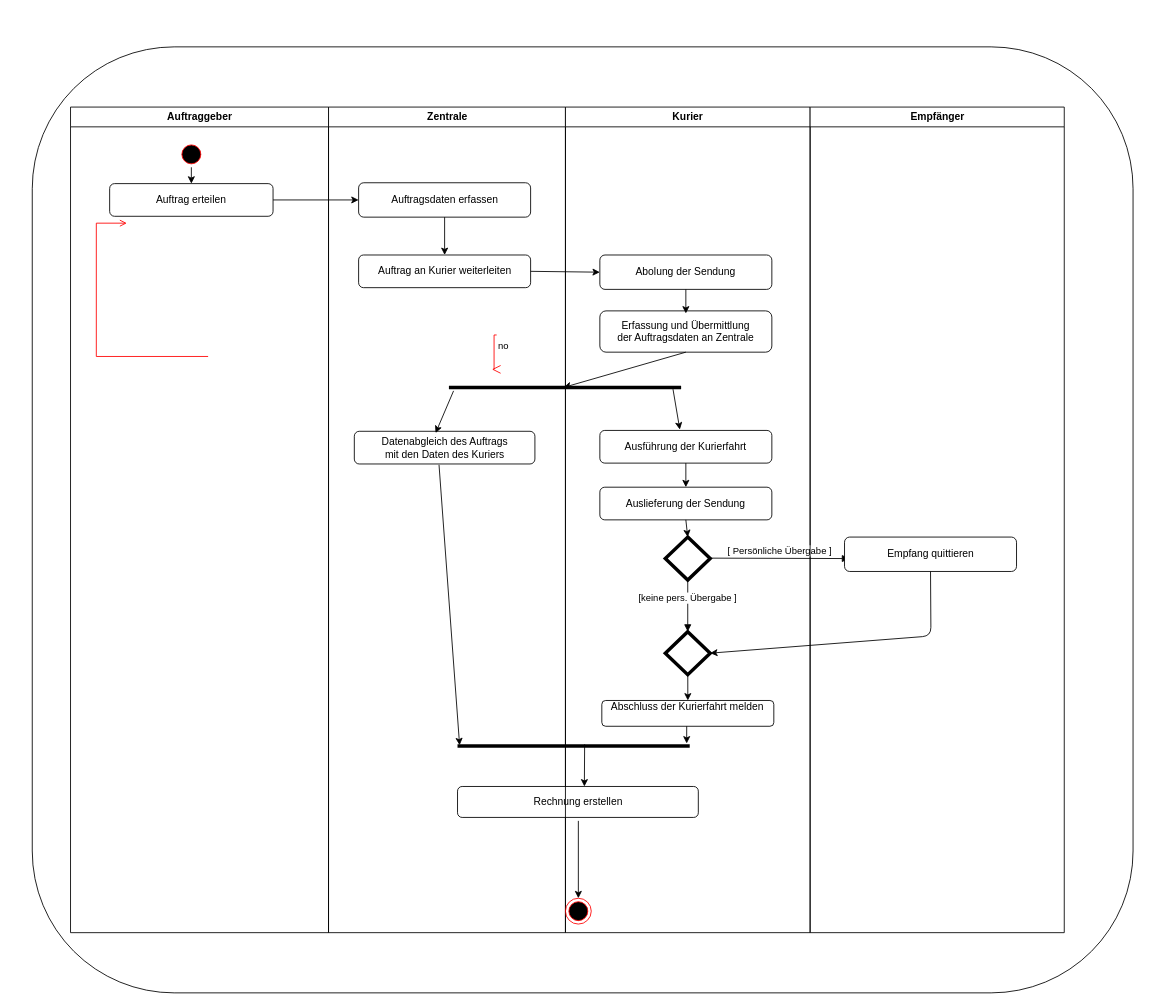
Before: Untitled Diagram.drawio in SnickErzIsBack/Fachspezifisches_Modul_II, a draw.io diagram. Source tidied: cells renumbered, new cells numbered last; positions are measured from the earlier drawing's top-left corner, leaving out a move shared by most shapes. Both pictures are drawn from the tidied source at 86%, with x=0, y=0 at pixel (32, 46).
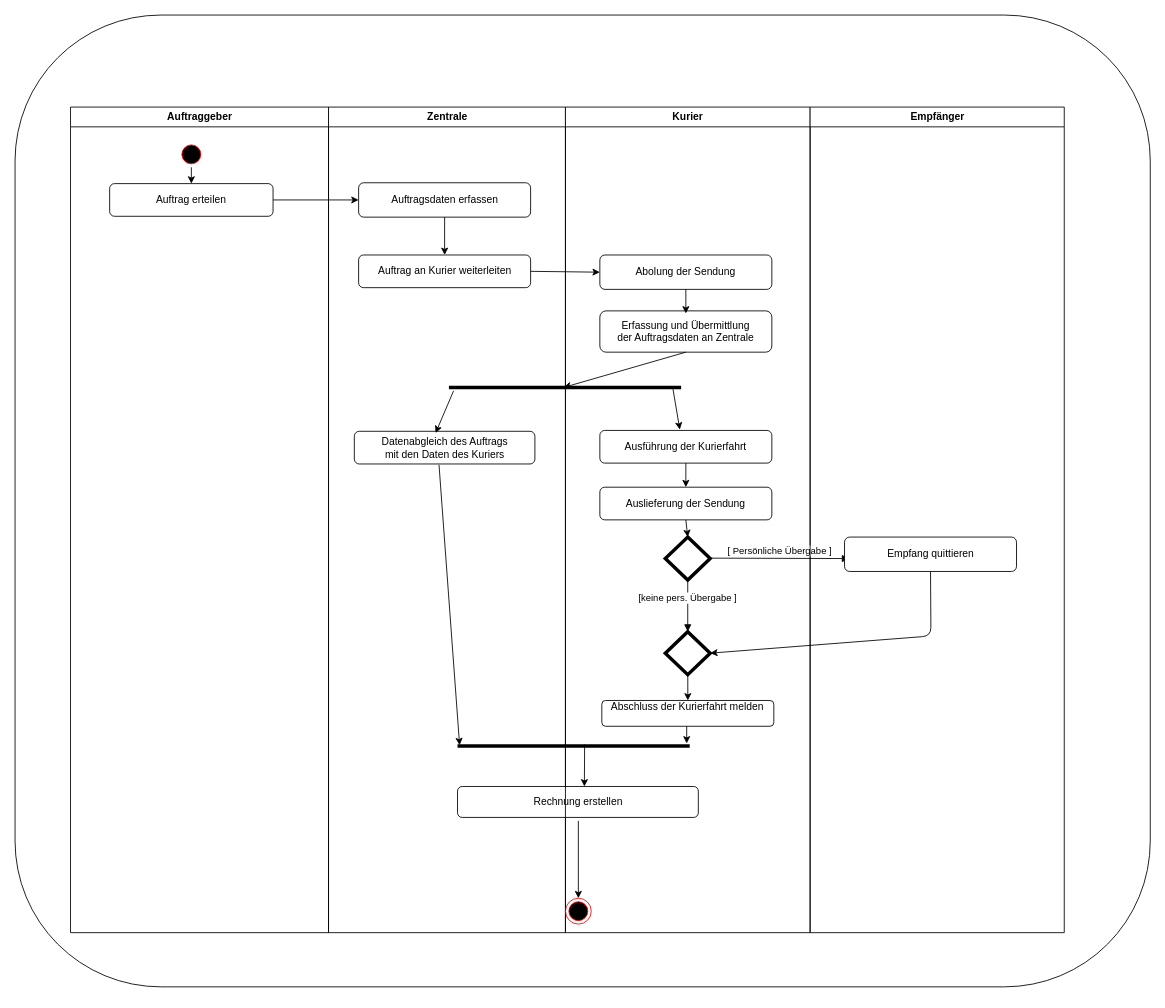
Above is the later version.

The change refers to these unchanged cells:
```xml
<mxCell id="2" value="Zentrale" style="swimlane;whiteSpace=wrap;startSize=23;" parent="1" vertex="1">
  <mxGeometry x="344.5" y="70" width="275.5" height="960" as="geometry" />
</mxCell>
<mxCell id="31" value="Empfänger" style="swimlane;whiteSpace=wrap;" parent="1" vertex="1">
  <mxGeometry x="904.5" y="70" width="295.5" height="960" as="geometry" />
</mxCell>
<mxCell id="45" value="Auftraggeber" style="swimlane;whiteSpace=wrap;" parent="1" vertex="1">
  <mxGeometry x="44.5" y="70" width="300" height="960" as="geometry" />
</mxCell>
```

Change to the diagram source:
```diff
@@
+    <mxCell id="52" style="rounded=1;whiteSpace=wrap;html=1;glass=1;fillColor=none;" parent="1" vertex="1">
+      <mxGeometry x="-20" y="-37" width="1320" height="1130" as="geometry" />
+    </mxCell>
@@
-    <mxCell id="5" value="no" style="edgeStyle=elbowEdgeStyle;elbow=horizontal;align=left;verticalAlign=top;endArrow=open;endSize=8;strokeColor=#FF0000;endFill=1;rounded=0;" parent="2" edge="1">
-      <mxGeometry x="-1" relative="1" as="geometry">
-        <mxPoint x="195.5" y="265" as="sourcePoint" />
-        <mxPoint x="190" y="305" as="targetPoint" />
-      </mxGeometry>
-    </mxCell>
@@
-    <mxCell id="34" style="rounded=1;whiteSpace=wrap;html=1;strokeWidth=1;glass=1;fillColor=none;" parent="31" vertex="1">
-      <mxGeometry x="-904.5" y="-70" width="1280" height="1100" as="geometry" />
-    </mxCell>
@@
-    <mxCell id="49" style="edgeStyle=elbowEdgeStyle;elbow=horizontal;strokeColor=#FF0000;endArrow=open;endFill=1;rounded=0;" parent="45" edge="1">
-      <mxGeometry relative="1" as="geometry">
-        <mxPoint x="160" y="290" as="sourcePoint" />
-        <mxPoint x="65.5" y="135" as="targetPoint" />
-        <Array as="points">
-          <mxPoint x="30" y="250" />
-        </Array>
-      </mxGeometry>
-    </mxCell>
```
